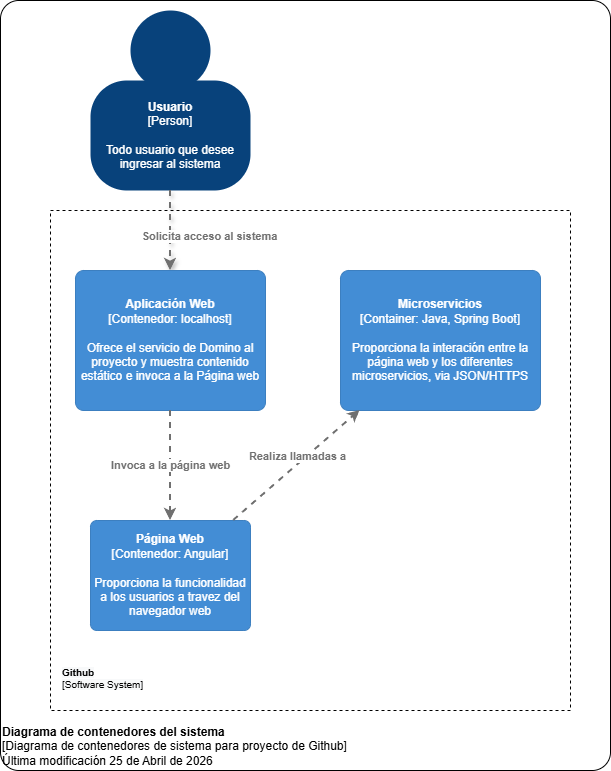
Above: docs/semana1/imagenes/c4-contenedores.png in dtarqui/github-docs (draw.io), before the change. Source tidied: cells renumbered, new cells last; positions are measured from the earlier drawing's top-left corner, leaving out a move shared by most shapes. The source it was exported from:
```xml
<mxGraphModel>
  <root>
    <mxCell id="0" />
    <mxCell id="1" parent="0" />
    <object id="2" label="&lt;div style=&quot;text-align: left&quot;&gt;&lt;div&gt;&lt;b&gt;Diagrama de contenedores del sistema&lt;/b&gt;&lt;/div&gt;&lt;div&gt;[Diagrama de contenedores de sistema para proyecto de Github]&lt;/div&gt;&lt;div&gt;&lt;span style=&quot;text-align: right;&quot;&gt;Última modificación 25 de Abril de 2026&lt;/span&gt;&lt;/div&gt;&lt;/div&gt;" c4Name="hostname" c4OperationSystem="operationSystem" c4ScalingFactor="scalingFactor" c4Type="DeploymentNode" placeholders="1">
      <mxCell style="rounded=1;whiteSpace=wrap;html=1;labelBackgroundColor=none;fillColor=#ffffff;fontColor=#000000;align=left;arcSize=3;strokeColor=#000000;verticalAlign=bottom;" parent="1" vertex="1">
        <mxGeometry width="610" height="770" as="geometry" />
      </mxCell>
    </object>
    <mxCell id="3" style="group;strokeWidth=1;dashed=1;perimeterSpacing=2;" parent="1" vertex="1">
      <mxGeometry x="50" y="210" width="520" height="500" as="geometry" />
    </mxCell>
    <mxCell id="4" style="rounded=0;whiteSpace=wrap;html=1;labelBackgroundColor=none;labelBorderColor=none;fontColor=none;noLabel=1;fillColor=none;dashed=1;glass=0;verticalAlign=middle;strokeWidth=1;perimeterSpacing=0;sketch=0;shadow=0;" parent="3" vertex="1">
      <mxGeometry width="520" height="500" as="geometry" />
    </mxCell>
    <mxCell id="5" value="&lt;span style=&quot;font-family: Helvetica; font-style: normal; font-variant-ligatures: normal; font-variant-caps: normal; letter-spacing: normal; orphans: 2; text-align: center; text-indent: 0px; text-transform: none; widows: 2; word-spacing: 0px; -webkit-text-stroke-width: 0px; background-color: rgb(248, 249, 250); text-decoration-thickness: initial; text-decoration-style: initial; text-decoration-color: initial;&quot;&gt;&lt;font style=&quot;font-size: 10px;&quot;&gt;&lt;b&gt;Github&lt;/b&gt;&lt;/font&gt;&lt;/span&gt;&lt;div&gt;&lt;span style=&quot;font-family: Helvetica; font-style: normal; font-variant-ligatures: normal; font-variant-caps: normal; letter-spacing: normal; orphans: 2; text-align: center; text-indent: 0px; text-transform: none; widows: 2; word-spacing: 0px; -webkit-text-stroke-width: 0px; background-color: rgb(248, 249, 250); text-decoration-thickness: initial; text-decoration-style: initial; text-decoration-color: initial;&quot;&gt;&lt;font style=&quot;font-size: 10px;&quot;&gt;[Software System]&lt;/font&gt;&lt;br&gt;&lt;/span&gt;&lt;/div&gt;" style="text;whiteSpace=wrap;html=1;fontColor=#000000;fontSize=10;" parent="3" vertex="1">
      <mxGeometry x="10" y="450" width="310" height="50" as="geometry" />
    </mxCell>
    <mxCell id="6" style="group;rounded=0;labelBackgroundColor=none;fillColor=none;fontColor=#ffffff;align=center;html=1;" parent="1" vertex="1">
      <mxGeometry x="90" y="10" width="160" height="180" as="geometry" />
    </mxCell>
    <object id="7" label="&lt;b&gt;Usuario&lt;/b&gt;&lt;div&gt;[Person]&lt;/div&gt;&lt;div&gt;&lt;br&gt;&lt;/div&gt;&lt;div&gt;Todo usuario que desee ingresar al sistema&lt;/div&gt;" c4Description="Description" c4Name="name" c4Type="body" placeholders="1">
      <mxCell style="rounded=1;whiteSpace=wrap;html=1;labelBackgroundColor=none;fillColor=#08427b;fontColor=#ffffff;align=center;arcSize=33;strokeColor=3c7fc0;" parent="6" vertex="1">
        <mxGeometry y="70" width="160" height="110" as="geometry" />
      </mxCell>
    </object>
    <mxCell id="8" style="ellipse;whiteSpace=wrap;html=1;rounded=0;labelBackgroundColor=none;fillColor=#08427b;fontSize=12;fontColor=#ffffff;align=center;strokeColor=3c7fc0;" parent="6" vertex="1">
      <mxGeometry x="40" width="80" height="80" as="geometry" />
    </mxCell>
    <mxCell id="9" value="&lt;div style=&quot;text-align: left&quot;&gt;&lt;div style=&quot;text-align: center&quot;&gt;&lt;b&gt;Solicita acceso al sistema&lt;/b&gt;&lt;/div&gt;&lt;/div&gt;" style="edgeStyle=none;rounded=0;html=1;jettySize=auto;strokeColor=#707070;strokeWidth=2;fontColor=#707070;jumpStyle=none;dashed=1;shadow=1;" parent="1" edge="1" source="7" target="11">
      <mxGeometry x="0.15" y="39" relative="1" as="geometry" />
    </mxCell>
    <object id="10" label="&lt;div&gt;&lt;b&gt;Microservicios&lt;/b&gt;&lt;/div&gt;&lt;div&gt;[Container:&amp;nbsp;&lt;span&gt;Java, Spring Boot&lt;/span&gt;&lt;span&gt;]&lt;/span&gt;&lt;/div&gt;&lt;div&gt;&lt;br&gt;&lt;/div&gt;&lt;div&gt;&lt;span style=&quot;background-color: transparent; color: light-dark(rgb(255, 255, 255), rgb(18, 18, 18));&quot;&gt;Proporciona&lt;/span&gt;&lt;span style=&quot;background-color: transparent; color: light-dark(rgb(255, 255, 255), rgb(18, 18, 18));&quot;&gt;&amp;nbsp;&lt;/span&gt;la interación entre la página web y los diferentes microservicios, via JSON/HTTPS&lt;/div&gt;" c4Description="Description" c4Name="name" c4Technology="technology" c4Type="Container" placeholders="1">
      <mxCell style="rounded=1;whiteSpace=wrap;html=1;labelBackgroundColor=none;fillColor=#438dd5;fontColor=#ffffff;align=center;arcSize=6;strokeColor=#3c7fc0;" parent="1" vertex="1">
        <mxGeometry x="340" y="270" width="200" height="140" as="geometry" />
      </mxCell>
    </object>
    <object id="11" label="&lt;b&gt;Aplicación Web&lt;/b&gt;&lt;br&gt;&lt;div&gt;[Contenedor: localhost&lt;span&gt;]&lt;/span&gt;&lt;/div&gt;&lt;div&gt;&lt;br&gt;&lt;/div&gt;&lt;div&gt;Ofrece el servicio de Domino al proyecto y muestra contenido estático e invoca a la Página web&lt;/div&gt;" c4Description="Description" c4Name="name" c4Technology="technology" c4Type="Container" placeholders="1">
      <mxCell style="rounded=1;whiteSpace=wrap;html=1;labelBackgroundColor=none;fillColor=#438dd5;fontColor=#ffffff;align=center;arcSize=6;strokeColor=#3c7fc0;" parent="1" vertex="1">
        <mxGeometry x="75" y="270" width="190" height="140" as="geometry" />
      </mxCell>
    </object>
    <object id="12" label="&lt;span&gt;&lt;b&gt;Página Web&lt;/b&gt;&lt;/span&gt;&lt;div&gt;[Contenedor:&amp;nbsp;&lt;span&gt;Angular&lt;/span&gt;&lt;span&gt;]&lt;/span&gt;&lt;/div&gt;&lt;div&gt;&lt;br&gt;&lt;/div&gt;&lt;div&gt;Proporciona la funcionalidad a los usuarios a travez del navegador web&lt;/div&gt;" c4Description="Description" c4Name="name" c4Technology="technology" c4Type="Container" placeholders="1">
      <mxCell style="rounded=1;whiteSpace=wrap;html=1;labelBackgroundColor=none;fillColor=#438dd5;fontColor=#ffffff;align=center;arcSize=6;strokeColor=#3c7fc0;" parent="1" vertex="1">
        <mxGeometry x="90" y="520" width="160" height="110" as="geometry" />
      </mxCell>
    </object>
    <mxCell id="13" value="&lt;div style=&quot;text-align: left&quot;&gt;&lt;div style=&quot;text-align: center&quot;&gt;&lt;b&gt;Invoca a la página web&lt;/b&gt;&lt;/div&gt;&lt;/div&gt;" style="edgeStyle=none;rounded=0;html=1;jettySize=auto;strokeColor=#707070;strokeWidth=2;fontColor=#707070;jumpStyle=none;dashed=1;exitX=0.5;exitY=1;exitDx=0;exitDy=0;" parent="1" edge="1" source="11" target="12">
      <mxGeometry relative="1" as="geometry" />
    </mxCell>
    <mxCell id="14" value="&lt;div style=&quot;text-align: left&quot;&gt;&lt;div style=&quot;text-align: center&quot;&gt;&lt;b&gt;Realiza llamadas a&lt;/b&gt;&lt;/div&gt;&lt;/div&gt;" style="edgeStyle=none;rounded=0;html=1;jettySize=auto;strokeColor=#707070;strokeWidth=2;fontColor=#707070;jumpStyle=none;dashed=1;verticalAlign=bottom;" parent="1" edge="1" source="12" target="10">
      <mxGeometry relative="1" as="geometry" />
    </mxCell>
  </root>
</mxGraphModel>
```
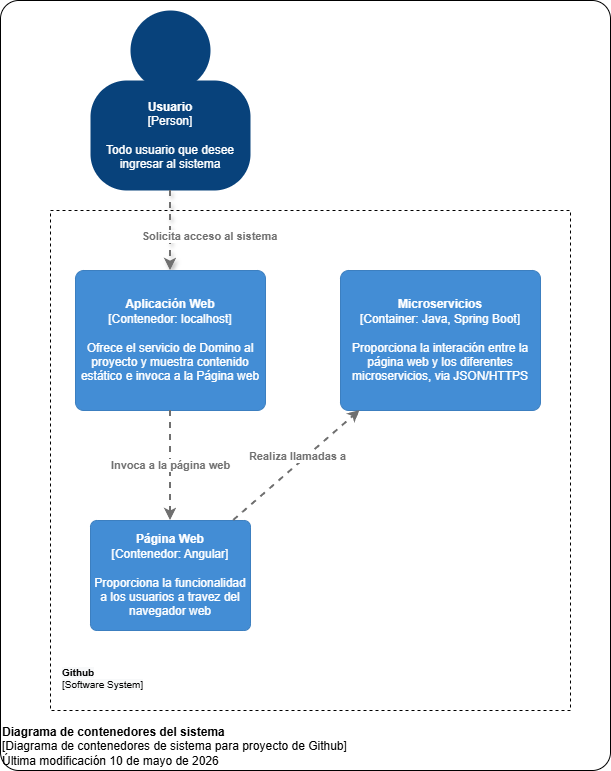
After the commit.

Diff of the diagram source:
```diff
@@ -2,7 +2,7 @@
   <root>
     <mxCell id="0" />
     <mxCell id="1" parent="0" />
-    <object id="2" label="&lt;div style=&quot;text-align: left&quot;&gt;&lt;div&gt;&lt;b&gt;Diagrama de contenedores del sistema&lt;/b&gt;&lt;/div&gt;&lt;div&gt;[Diagrama de contenedores de sistema para proyecto de Github]&lt;/div&gt;&lt;div&gt;&lt;span style=&quot;text-align: right;&quot;&gt;Última modificación 25 de Abril de 2026&lt;/span&gt;&lt;/div&gt;&lt;/div&gt;" c4Name="hostname" c4OperationSystem="operationSystem" c4ScalingFactor="scalingFactor" c4Type="DeploymentNode" placeholders="1">
+    <object id="2" label="&lt;div style=&quot;text-align: left&quot;&gt;&lt;div&gt;&lt;b&gt;Diagrama de contenedores del sistema&lt;/b&gt;&lt;/div&gt;&lt;div&gt;[Diagrama de contenedores de sistema para proyecto de Github]&lt;/div&gt;&lt;div&gt;&lt;span style=&quot;text-align: right;&quot;&gt;Última modificación 10 de mayo de 2026&lt;/span&gt;&lt;/div&gt;&lt;/div&gt;" c4Name="hostname" c4OperationSystem="operationSystem" c4ScalingFactor="scalingFactor" c4Type="DeploymentNode" placeholders="1">
       <mxCell style="rounded=1;whiteSpace=wrap;html=1;labelBackgroundColor=none;fillColor=#ffffff;fontColor=#000000;align=left;arcSize=3;strokeColor=#000000;verticalAlign=bottom;" parent="1" vertex="1">
         <mxGeometry width="610" height="770" as="geometry" />
       </mxCell>
```
